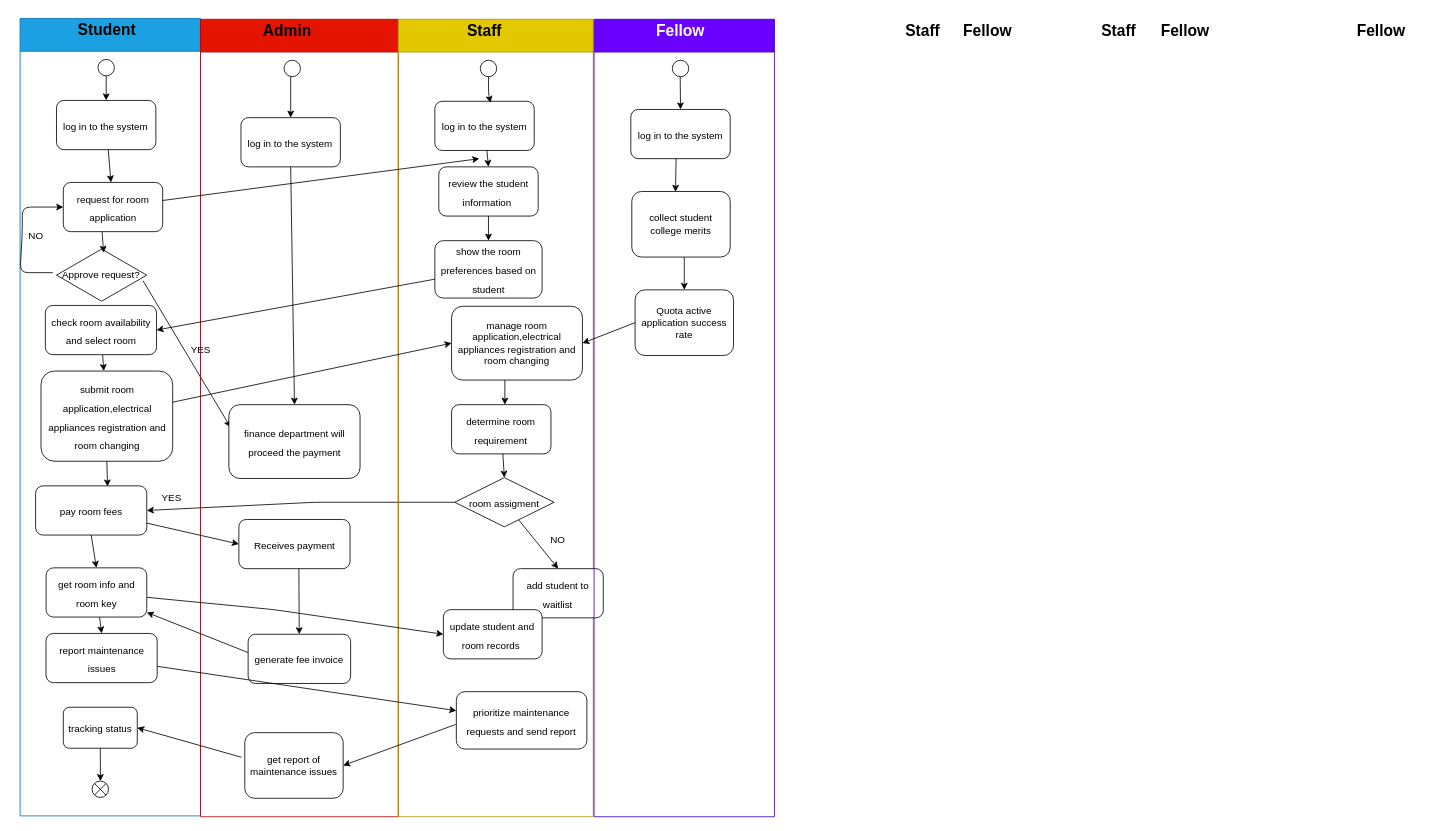
Earlier version of the draw.io diagram page "activity_diagram" (4 of 4) of project/drawio/stakeholder/UML.drawio (drshahizan/software-engineering). Source tidied: cells renumbered, new cells numbered last; positions are measured from the earlier drawing's top-left corner, leaving out a move shared by most shapes. Both pictures are drawn from the tidied source at 82%, with x=0, y=0 at pixel (19, 14).
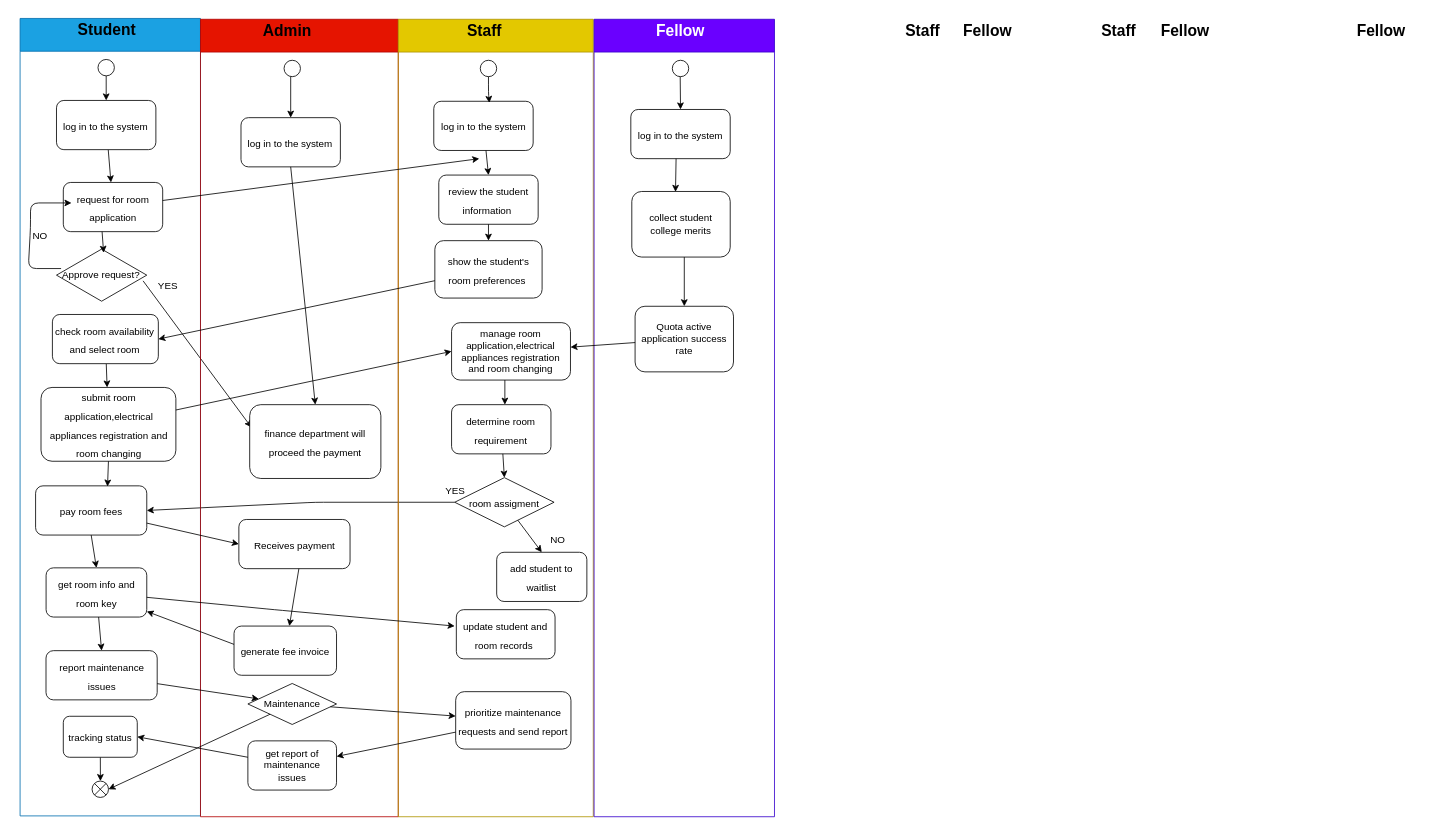
After the change.

Unchanged cells that the change refers to:
```xml
<mxCell id="2" style="swimlane;startSize=40;fontSize=19;fillColor=#1ba1e2;fontColor=#ffffff;strokeColor=#006EAF;" parent="1" vertex="1">
  <mxGeometry x="1" y="5" width="220" height="972.5" as="geometry" />
</mxCell>
<mxCell id="12" value="&lt;span style=&quot;font-size: 12px;&quot;&gt;get room info and room key&lt;/span&gt;" style="rounded=1;whiteSpace=wrap;html=1;fontFamily=Helvetica;fontSize=19;fontColor=default;align=center;strokeColor=default;fillColor=default;" parent="2" vertex="1">
  <mxGeometry x="31.7" y="670" width="122.8" height="60" as="geometry" />
</mxCell>
<mxCell id="17" style="shape=sumEllipse;perimeter=ellipsePerimeter;whiteSpace=wrap;html=1;backgroundOutline=1;fontSize=12;" parent="2" vertex="1">
  <mxGeometry x="87.8" y="930" width="20" height="20" as="geometry" />
</mxCell>
<mxCell id="31" style="swimlane;startSize=40;fontSize=19;fillColor=#e51400;fontColor=#ffffff;strokeColor=#B20000;" parent="1" vertex="1">
  <mxGeometry x="221" y="6" width="241.2" height="972.5" as="geometry" />
</mxCell>
<mxCell id="44" style="swimlane;startSize=40;fontSize=19;fillColor=#e3c800;fontColor=#000000;strokeColor=#B09500;" parent="1" vertex="1">
  <mxGeometry x="462.2" y="6" width="237.8" height="972.5" as="geometry" />
</mxCell>
<mxCell id="63" style="swimlane;startSize=40;fontSize=19;fillColor=#6a00ff;fontColor=#ffffff;strokeColor=#3700CC;" parent="1" vertex="1">
  <mxGeometry x="701" y="6" width="220" height="972.5" as="geometry" />
</mxCell>
```

The edit, as a diff of the source:
```diff
@@
     <mxCell id="10" value="&lt;font style=&quot;font-size: 12px;&quot;&gt;check room availability and select room&lt;/font&gt;" style="rounded=1;whiteSpace=wrap;html=1;fontFamily=Helvetica;fontSize=19;fontColor=default;align=center;strokeColor=default;fillColor=default;" parent="2" vertex="1">
-      <mxGeometry x="30.8" y="350" width="135.6" height="60" as="geometry" />
+      <mxGeometry x="39.4" y="361" width="129.2" height="60" as="geometry" />
     </mxCell>
     <mxCell id="11" value="&lt;span style=&quot;font-size: 12px;&quot;&gt;submit room application,electrical appliances registration and room changing&lt;/span&gt;" style="rounded=1;whiteSpace=wrap;html=1;fontFamily=Helvetica;fontSize=19;fontColor=default;align=center;strokeColor=default;fillColor=default;" parent="2" vertex="1">
-      <mxGeometry x="25.5" y="430" width="160.6" height="110" as="geometry" />
+      <mxGeometry x="25.5" y="450" width="164.5" height="90" as="geometry" />
     </mxCell>
@@
     <mxCell id="14" value="&lt;span style=&quot;font-size: 12px;&quot;&gt;report maintenance issues&lt;/span&gt;" style="rounded=1;whiteSpace=wrap;html=1;fontFamily=Helvetica;fontSize=19;fontColor=default;align=center;strokeColor=default;fillColor=default;" parent="2" vertex="1">
-      <mxGeometry x="31.6" y="750" width="135.6" height="60" as="geometry" />
+      <mxGeometry x="31.6" y="771" width="135.6" height="60" as="geometry" />
     </mxCell>
@@
     <mxCell id="16" value="&lt;span style=&quot;font-size: 12px;&quot;&gt;tracking status&lt;/span&gt;" style="rounded=1;whiteSpace=wrap;html=1;fontFamily=Helvetica;fontSize=19;fontColor=default;align=center;strokeColor=default;fillColor=default;" parent="2" vertex="1">
-      <mxGeometry x="52.7" y="840" width="90.2" height="50" as="geometry" />
+      <mxGeometry x="52.7" y="851" width="90.2" height="50" as="geometry" />
     </mxCell>
@@
-    <mxCell id="21" value="YES" style="text;html=1;strokeColor=none;fillColor=none;align=center;verticalAlign=middle;whiteSpace=wrap;rounded=0;fontSize=12;" parent="2" vertex="1">
-      <mxGeometry x="154.5" y="570" width="60" height="30" as="geometry" />
-    </mxCell>
@@
     <mxCell id="23" style="endArrow=classic;html=1;" parent="2" edge="1">
       <mxGeometry relative="1" as="geometry">
-        <mxPoint x="40" y="310" as="sourcePoint" />
-        <mxPoint x="52.7" y="230" as="targetPoint" />
+        <mxPoint x="50" y="305" as="sourcePoint" />
+        <mxPoint x="62.7" y="225" as="targetPoint" />
         <Array as="points">
-          <mxPoint y="310" />
-          <mxPoint x="2.7" y="260" />
-          <mxPoint x="2.7" y="230" />
+          <mxPoint x="10" y="305" />
+          <mxPoint x="12.7" y="255" />
+          <mxPoint x="12.7" y="225" />
         </Array>
       </mxGeometry>
     </mxCell>
     <mxCell id="24" value="NO" style="text;html=1;align=center;verticalAlign=middle;strokeColor=none;fillColor=none;" parent="2" vertex="1">
-      <mxGeometry x="-0.6" y="250" width="40" height="30" as="geometry" />
+      <mxGeometry x="4.4" y="250" width="40" height="30" as="geometry" />
     </mxCell>
@@
-    <mxCell id="26" value="YES" style="text;html=1;align=center;verticalAlign=middle;strokeColor=none;fillColor=none;" parent="2" vertex="1">
-      <mxGeometry x="195" y="390" width="50" height="30" as="geometry" />
-    </mxCell>
@@
+    <mxCell id="26" value="YES" style="text;html=1;align=center;verticalAlign=middle;strokeColor=none;fillColor=none;" parent="2" vertex="1">
+      <mxGeometry x="154.5" y="311" width="50" height="30" as="geometry" />
+    </mxCell>
@@
     <mxCell id="35" value="&lt;span style=&quot;font-size: 12px;&quot;&gt;finance department will proceed the payment&lt;/span&gt;" style="rounded=1;whiteSpace=wrap;html=1;fontFamily=Helvetica;fontSize=19;fontColor=default;align=center;strokeColor=default;fillColor=default;" parent="31" vertex="1">
-      <mxGeometry x="34.6" y="470" width="160" height="90" as="geometry" />
+      <mxGeometry x="60" y="470" width="160" height="90" as="geometry" />
     </mxCell>
     <mxCell id="36" value="&lt;span style=&quot;font-size: 12px;&quot;&gt;generate fee invoice&lt;/span&gt;" style="rounded=1;whiteSpace=wrap;html=1;fontFamily=Helvetica;fontSize=19;fontColor=default;align=center;strokeColor=default;fillColor=default;" parent="31" vertex="1">
-      <mxGeometry x="58.1" y="750" width="125" height="60" as="geometry" />
+      <mxGeometry x="40.9" y="740" width="125" height="60" as="geometry" />
     </mxCell>
@@
     <mxCell id="39" value="get report of maintenance issues" style="rounded=1;whiteSpace=wrap;html=1;fontFamily=Helvetica;fontSize=12;fontColor=default;align=center;strokeColor=default;fillColor=default;" parent="31" vertex="1">
-      <mxGeometry x="54" y="870" width="120" height="80" as="geometry" />
+      <mxGeometry x="57.8" y="880" width="108.1" height="60" as="geometry" />
     </mxCell>
-    <mxCell id="40" style="endArrow=classic;html=1;exitX=1;exitY=0.5;exitDx=0;exitDy=0;entryX=1;entryY=0.5;entryDx=0;entryDy=0;" parent="31" edge="1" target="16">
-      <mxGeometry relative="1" as="geometry">
-        <mxPoint x="50" y="900" as="sourcePoint" />
-      </mxGeometry>
-    </mxCell>
@@
+    <mxCell id="84" value="Maintenance" style="rhombus;whiteSpace=wrap;html=1;" parent="31" vertex="1">
+      <mxGeometry x="57.8" y="810" width="108.1" height="50" as="geometry" />
+    </mxCell>
@@
     <mxCell id="48" value="&lt;font style=&quot;font-size: 12px;&quot;&gt;log in to the system&lt;/font&gt;" style="rounded=1;whiteSpace=wrap;html=1;fontFamily=Helvetica;fontSize=19;fontColor=default;align=center;strokeColor=default;fillColor=default;" parent="44" vertex="1">
-      <mxGeometry x="44.6" y="100" width="121.2" height="60" as="geometry" />
+      <mxGeometry x="43.3" y="100" width="121.2" height="60" as="geometry" />
     </mxCell>
@@
     <mxCell id="50" value="&lt;font style=&quot;font-size: 12px;&quot;&gt;review the student information&amp;nbsp;&lt;/font&gt;" style="rounded=1;whiteSpace=wrap;html=1;fontFamily=Helvetica;fontSize=19;fontColor=default;align=center;strokeColor=default;fillColor=default;" parent="44" vertex="1">
-      <mxGeometry x="49.4" y="180" width="121.2" height="60" as="geometry" />
+      <mxGeometry x="49.4" y="190" width="121.2" height="60" as="geometry" />
     </mxCell>
-    <mxCell id="51" value="&lt;span style=&quot;font-size: 12px;&quot;&gt;show the room preferences based on student&lt;/span&gt;" style="rounded=1;whiteSpace=wrap;html=1;fontFamily=Helvetica;fontSize=19;fontColor=default;align=center;strokeColor=default;fillColor=default;" parent="44" vertex="1">
+    <mxCell id="51" value="&lt;span style=&quot;font-size: 12px;&quot;&gt;show the student's room preferences&amp;nbsp;&lt;/span&gt;" style="rounded=1;whiteSpace=wrap;html=1;fontFamily=Helvetica;fontSize=19;fontColor=default;align=center;strokeColor=default;fillColor=default;" parent="44" vertex="1">
       <mxGeometry x="44.6" y="270" width="130.8" height="70" as="geometry" />
     </mxCell>
@@
     <mxCell id="55" value="&lt;span style=&quot;font-size: 12px;&quot;&gt;add student to waitlist&lt;/span&gt;" style="rounded=1;whiteSpace=wrap;html=1;fontFamily=Helvetica;fontSize=19;fontColor=default;align=center;strokeColor=default;fillColor=default;" parent="44" vertex="1">
-      <mxGeometry x="140" y="670" width="110" height="60" as="geometry" />
+      <mxGeometry x="120" y="650" width="110" height="60" as="geometry" />
     </mxCell>
@@
     <mxCell id="57" value="manage room application,electrical appliances registration and room changing" style="rounded=1;whiteSpace=wrap;html=1;fontFamily=Helvetica;fontSize=12;fontColor=default;align=center;strokeColor=default;fillColor=default;" parent="44" vertex="1">
-      <mxGeometry x="65" y="350" width="159.6" height="90" as="geometry" />
+      <mxGeometry x="65" y="370" width="145" height="70" as="geometry" />
     </mxCell>
     <mxCell id="58" value="&lt;font style=&quot;font-size: 12px;&quot;&gt;prioritize maintenance requests and send report&lt;/font&gt;" style="rounded=1;whiteSpace=wrap;html=1;fontFamily=Helvetica;fontSize=19;fontColor=default;align=center;strokeColor=default;fillColor=default;" parent="44" vertex="1">
-      <mxGeometry x="70.8" y="820" width="159.2" height="70" as="geometry" />
+      <mxGeometry x="70" y="820" width="140.6" height="70" as="geometry" />
     </mxCell>
-    <mxCell id="59" style="endArrow=classic;html=1;exitX=1;exitY=0.5;exitDx=0;exitDy=0;entryX=1;entryY=0.5;entryDx=0;entryDy=0;" parent="44" edge="1" target="39">
-      <mxGeometry relative="1" as="geometry">
-        <mxPoint x="70" y="860" as="sourcePoint" />
-      </mxGeometry>
-    </mxCell>
@@
     <mxCell id="62" value="&lt;font style=&quot;font-size: 12px;&quot;&gt;update student and room records&amp;nbsp;&lt;/font&gt;" style="rounded=1;whiteSpace=wrap;html=1;fontFamily=Helvetica;fontSize=19;fontColor=default;align=center;strokeColor=default;fillColor=default;" parent="44" vertex="1">
-      <mxGeometry x="55" y="720" width="120.4" height="60" as="geometry" />
+      <mxGeometry x="70.8" y="720" width="120.4" height="60" as="geometry" />
     </mxCell>
+    <mxCell id="21" value="YES" style="text;html=1;strokeColor=none;fillColor=none;align=center;verticalAlign=middle;whiteSpace=wrap;rounded=0;fontSize=12;" parent="44" vertex="1">
+      <mxGeometry x="40" y="560" width="60" height="30" as="geometry" />
+    </mxCell>
@@
     <mxCell id="72" value="Quota active application success rate" style="rounded=1;whiteSpace=wrap;html=1;fontFamily=Helvetica;fontSize=12;fontColor=default;align=center;strokeColor=default;fillColor=default;" parent="63" vertex="1">
-      <mxGeometry x="50" y="330" width="120" height="80" as="geometry" />
+      <mxGeometry x="50" y="350" width="120" height="80" as="geometry" />
     </mxCell>
@@
-    <mxCell id="74" style="endArrow=classic;html=1;fontSize=12;exitX=1;exitY=0.5;exitDx=0;exitDy=0;entryX=1;entryY=0.5;entryDx=0;entryDy=0;" parent="63" edge="1" target="57">
-      <mxGeometry relative="1" as="geometry">
-        <mxPoint x="50" y="370" as="sourcePoint" />
-      </mxGeometry>
-    </mxCell>
@@
-    <mxCell id="78" style="edgeStyle=none;html=1;fontSize=12;" parent="1" edge="1" source="14" target="58">
-      <mxGeometry relative="1" as="geometry" />
-    </mxCell>
@@
-    <mxCell id="82" style="edgeStyle=none;html=1;fontSize=12;entryX=0;entryY=0.5;entryDx=0;entryDy=0;" parent="1" edge="1" source="12" target="62">
+    <mxCell id="82" style="edgeStyle=none;html=1;fontSize=12;" parent="1" edge="1" source="12">
       <mxGeometry relative="1" as="geometry">
+        <mxPoint x="531" y="746" as="targetPoint" />
         <Array as="points">
           <mxPoint x="311" y="726" />
         </Array>
       </mxGeometry>
     </mxCell>
@@
+    <mxCell id="85" style="edgeStyle=none;html=1;" parent="1" edge="1" source="72" target="57">
+      <mxGeometry relative="1" as="geometry" />
+    </mxCell>
+    <mxCell id="86" style="edgeStyle=none;html=1;entryX=1;entryY=0.5;entryDx=0;entryDy=0;" parent="1" edge="1" source="39" target="16">
+      <mxGeometry relative="1" as="geometry" />
+    </mxCell>
+    <mxCell id="87" style="edgeStyle=none;html=1;" parent="1" edge="1" source="58" target="39">
+      <mxGeometry relative="1" as="geometry" />
+    </mxCell>
+    <mxCell id="88" style="edgeStyle=none;html=1;" parent="1" edge="1" source="14" target="84">
+      <mxGeometry relative="1" as="geometry" />
+    </mxCell>
+    <mxCell id="89" style="edgeStyle=none;html=1;" parent="1" edge="1" source="84" target="58">
+      <mxGeometry relative="1" as="geometry" />
+    </mxCell>
+    <mxCell id="90" style="edgeStyle=none;html=1;entryX=1;entryY=0.5;entryDx=0;entryDy=0;" parent="1" edge="1" source="84" target="17">
+      <mxGeometry relative="1" as="geometry" />
+    </mxCell>
```
